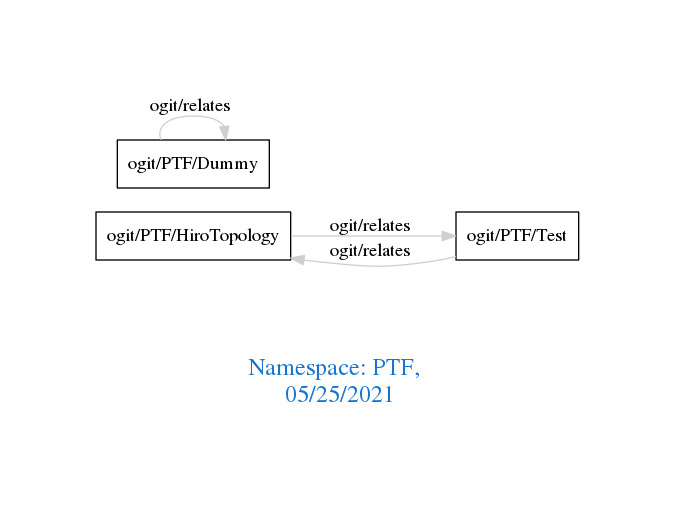
This is downloads/PTF.png from arago/OGIT, a Graphviz export, as it was before one commit. Its source is kept beside it as downloads/PTF.dot.
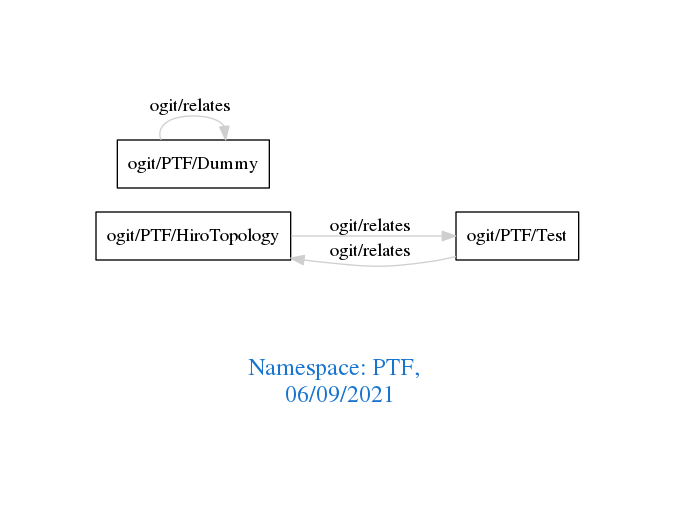
The same file after the commit.

Change to the diagram source:
```diff
@@ -1,7 +1,7 @@
 digraph OGIT_ontology {
  graph [ rankdir= LR,pad=1
 fontsize = 18,
-fontcolor= dodgerblue3,label = "\n\n\nNamespace: PTF, \n 05/25/2021"];
+fontcolor= dodgerblue3,label = "\n\n\nNamespace: PTF, \n 06/09/2021"];
 node[shape=polygon];
 edge [  color="gray81"];
 
```
